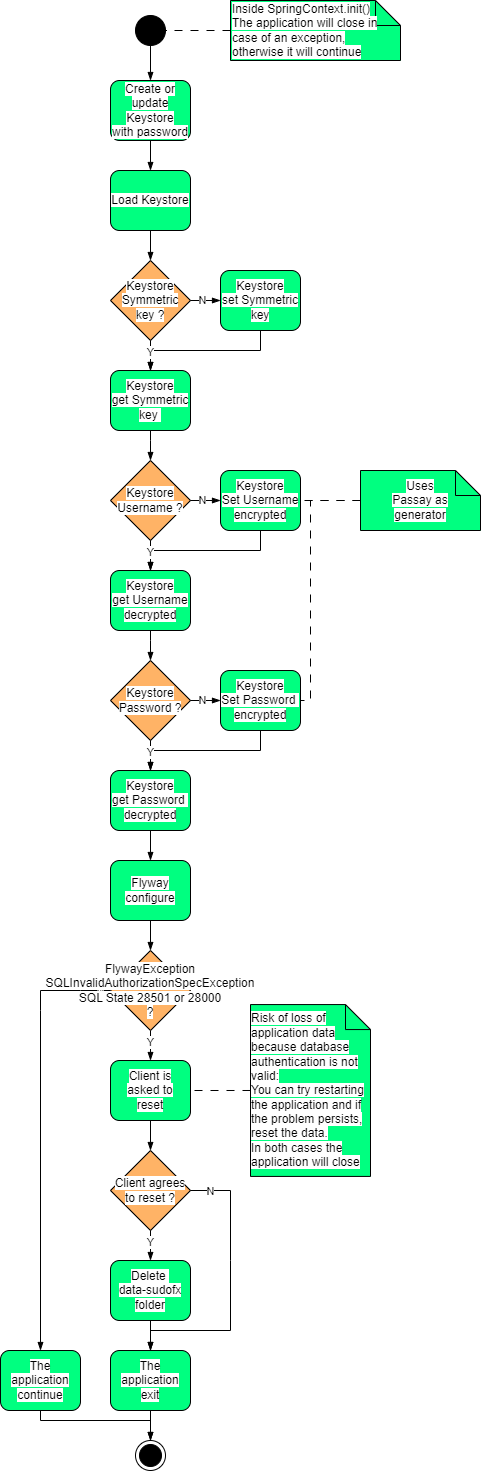
Before: .myresources/design_and_modeling/uml/activity/keystore.invalid.authorization.drawio.png, a diagram exported from draw.io (Lob2018/SudoFX2024). Source tidied: cells renumbered, new cells last; positions are measured from the earlier drawing's top-left corner, leaving out a move shared by most shapes.
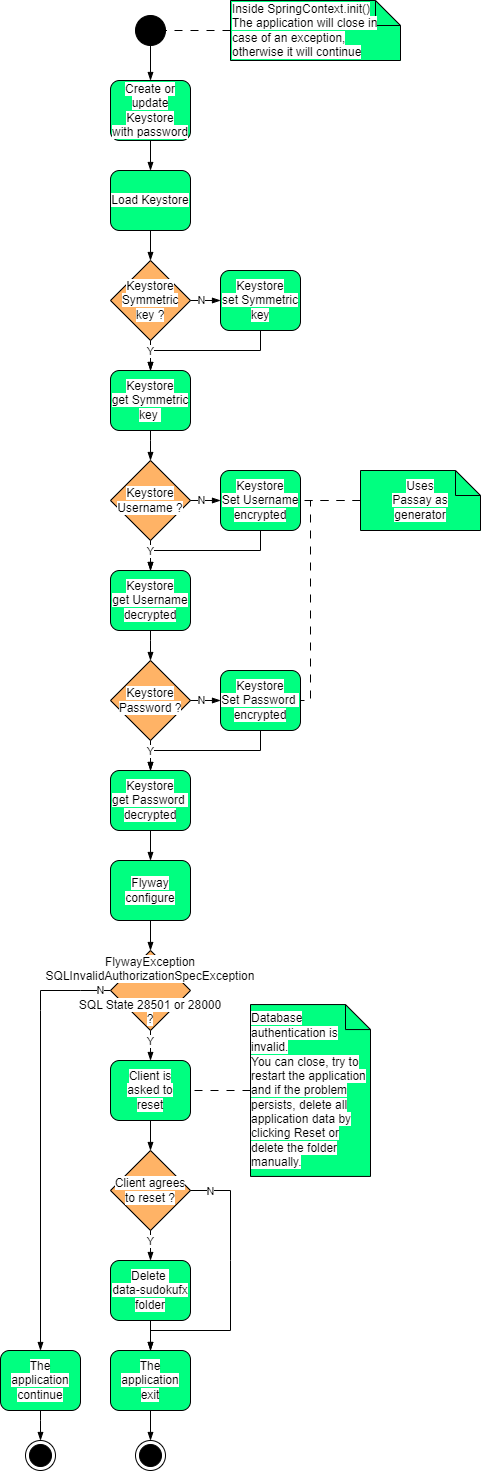
The same file after the commit.

Commit message:
Chore UML activity schema for invalid authorization : Update the folder name and the messages

What changed in the source:
```diff
@@ -103,7 +103,7 @@
     <mxCell id="28" value="Y" style="edgeLabel;html=1;align=center;verticalAlign=middle;fontColor=#000000;labelBackgroundColor=#FFFFFF;" parent="27" vertex="1">
       <mxGeometry x="-0.26" relative="1" as="geometry" />
     </mxCell>
-    <mxCell id="29" value="&lt;span style=&quot;background-color: rgb(255, 255, 255);&quot;&gt;&lt;font color=&quot;#000000&quot;&gt;Delete&amp;nbsp;&lt;br&gt;data-sudofx&lt;br&gt;folder&lt;br&gt;&lt;/font&gt;&lt;/span&gt;" style="rounded=1;whiteSpace=wrap;html=1;fillColor=#00FF80;strokeColor=#000000;" parent="1" vertex="1">
+    <mxCell id="29" value="&lt;span style=&quot;background-color: rgb(255, 255, 255);&quot;&gt;&lt;font color=&quot;#000000&quot;&gt;Delete&amp;nbsp;&lt;br&gt;data-sudokufx&lt;br&gt;folder&lt;br&gt;&lt;/font&gt;&lt;/span&gt;" style="rounded=1;whiteSpace=wrap;html=1;fillColor=#00FF80;strokeColor=#000000;" parent="1" vertex="1">
       <mxGeometry x="110" y="1260" width="80" height="60" as="geometry" />
     </mxCell>
     <mxCell id="30" value="&lt;span style=&quot;background-color: rgb(255, 255, 255);&quot;&gt;&lt;font color=&quot;#000000&quot;&gt;The application&lt;br&gt;exit&lt;br&gt;&lt;/font&gt;&lt;/span&gt;" style="rounded=1;whiteSpace=wrap;html=1;fillColor=#00FF80;strokeColor=#000000;glass=0;" parent="1" vertex="1">
@@ -191,7 +191,7 @@
     <mxCell id="52" style="edgeStyle=none;html=1;strokeColor=#000000;endArrow=none;endFill=0;rounded=0;exitX=0;exitY=0.5;exitDx=0;exitDy=0;exitPerimeter=0;dashed=1;dashPattern=8 8;entryX=1;entryY=0.5;entryDx=0;entryDy=0;" parent="1" edge="1" source="53" target="37">
       <mxGeometry relative="1" as="geometry" />
     </mxCell>
-    <mxCell id="53" value="&lt;div style=&quot;text-align: left;&quot;&gt;&lt;div&gt;&lt;font style=&quot;background-color: rgb(255, 255, 255);&quot; color=&quot;#000000&quot;&gt;Risk of loss of application data because database authentication is not valid:&lt;/font&gt;&lt;/div&gt;&lt;div&gt;&lt;font style=&quot;background-color: rgb(255, 255, 255);&quot; color=&quot;#000000&quot;&gt;You can try restarting the application and if the problem persists, reset the data.&lt;/font&gt;&lt;/div&gt;&lt;div&gt;&lt;font style=&quot;background-color: rgb(255, 255, 255);&quot; color=&quot;#000000&quot;&gt;In both cases the application will close&lt;/font&gt;&lt;/div&gt;&lt;/div&gt;" style="shape=note2;boundedLbl=1;whiteSpace=wrap;html=1;size=25;verticalAlign=middle;align=center;rounded=1;strokeColor=#000000;fillColor=#00FF80;" parent="1" vertex="1">
+    <mxCell id="53" value="&lt;div style=&quot;text-align: left;&quot;&gt;&lt;div&gt;&lt;font style=&quot;background-color: rgb(255, 255, 255);&quot; color=&quot;#000000&quot;&gt;Database authentication is invalid.&lt;/font&gt;&lt;/div&gt;&lt;div&gt;&lt;font style=&quot;background-color: rgb(255, 255, 255);&quot; color=&quot;#000000&quot;&gt;You can close, try to restart the application and if the problem persists, delete all application data by clicking Reset or delete the folder manually.&lt;/font&gt;&lt;/div&gt;&lt;/div&gt;" style="shape=note2;boundedLbl=1;whiteSpace=wrap;html=1;size=25;verticalAlign=middle;align=center;rounded=1;strokeColor=#000000;fillColor=#00FF80;" parent="1" vertex="1">
       <mxGeometry x="250" y="1004.1" width="120" height="171.9" as="geometry" />
     </mxCell>
     <mxCell id="54" style="edgeStyle=none;html=1;strokeColor=#000000;endArrow=none;endFill=0;entryX=1;entryY=0.5;entryDx=0;entryDy=0;rounded=0;exitX=0;exitY=0.5;exitDx=0;exitDy=0;exitPerimeter=0;dashed=1;dashPattern=8 8;" parent="1" edge="1" source="55">
@@ -232,16 +232,18 @@
     <mxCell id="60" value="&lt;span style=&quot;background-color: rgb(255, 255, 255);&quot;&gt;&lt;font color=&quot;#000000&quot;&gt;The application&lt;br&gt;continue&lt;br&gt;&lt;/font&gt;&lt;/span&gt;" style="rounded=1;whiteSpace=wrap;html=1;fillColor=#00FF80;strokeColor=#000000;glass=0;" parent="1" vertex="1">
       <mxGeometry y="1350" width="80" height="60" as="geometry" />
     </mxCell>
-    <mxCell id="61" style="edgeStyle=none;html=1;strokeColor=#000000;endArrow=blockThin;endFill=1;rounded=0;exitX=0.5;exitY=1;exitDx=0;exitDy=0;entryX=0.5;entryY=0;entryDx=0;entryDy=0;" parent="1" edge="1" source="60" target="32">
+    <mxCell id="61" style="edgeStyle=none;html=1;strokeColor=#000000;endArrow=blockThin;endFill=1;rounded=0;exitX=0.5;exitY=1;exitDx=0;exitDy=0;entryX=0.5;entryY=0;entryDx=0;entryDy=0;" parent="1" edge="1" source="60" target="63">
       <mxGeometry relative="1" as="geometry">
         <Array as="points">
           <mxPoint x="40" y="1420" />
-          <mxPoint x="150" y="1420" />
         </Array>
       </mxGeometry>
     </mxCell>
-    <mxCell id="62" value="&lt;span style=&quot;color: rgb(0, 0, 0); background-color: rgb(255, 255, 255);&quot;&gt;FlywayException&lt;/span&gt;&lt;font color=&quot;#000000&quot;&gt;&lt;span style=&quot;background-color: rgb(255, 255, 255);&quot;&gt;&lt;br&gt;SQLInvalidAuthorizationSpecException&lt;br&gt;SQL State 28501 or 28000&lt;br&gt;?&lt;/span&gt;&lt;/font&gt;" style="rhombus;whiteSpace=wrap;html=1;fillColor=#FFB366;strokeColor=#000000;" parent="1" vertex="1">
+    <mxCell id="62" value="&lt;span style=&quot;color: rgb(0, 0, 0); background-color: rgb(255, 255, 255);&quot;&gt;FlywayException&lt;/span&gt;&lt;font color=&quot;#000000&quot;&gt;&lt;span style=&quot;background-color: rgb(255, 255, 255);&quot;&gt;&lt;br&gt;SQLInvalidAuthorizationSpecException&lt;br&gt;&lt;br&gt;SQL State 28501 or 28000&lt;br&gt;?&lt;/span&gt;&lt;/font&gt;" style="rhombus;whiteSpace=wrap;html=1;fillColor=#FFB366;strokeColor=#000000;" parent="1" vertex="1">
       <mxGeometry x="110" y="950" width="80" height="80" as="geometry" />
     </mxCell>
+    <mxCell id="63" style="ellipse;html=1;shape=endState;fillColor=strokeColor;strokeColor=#000000;" parent="1" vertex="1">
+      <mxGeometry x="25" y="1440" width="30" height="30" as="geometry" />
+    </mxCell>
   </root>
 </mxGraphModel>
```
